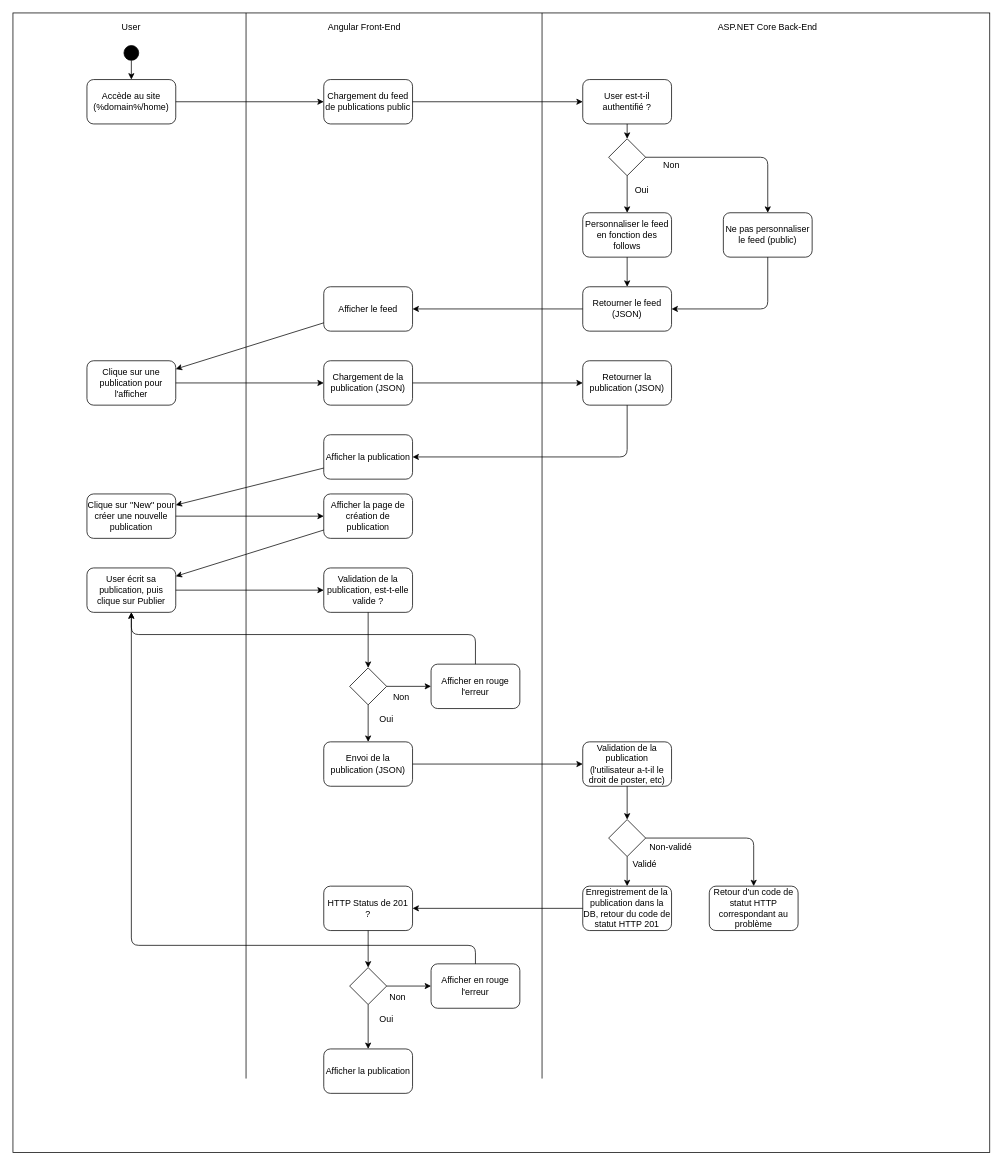
Earlier version of the draw.io diagram docs/diagrams/ActivityDiagram.drawio (laurentksh/ICT-120_151). Source tidied: cells renumbered, new cells numbered last; positions are measured from the earlier drawing's top-left corner, leaving out a move shared by most shapes. Both pictures are drawn from the tidied source at 74%, with x=0, y=0 at pixel (13, 13).
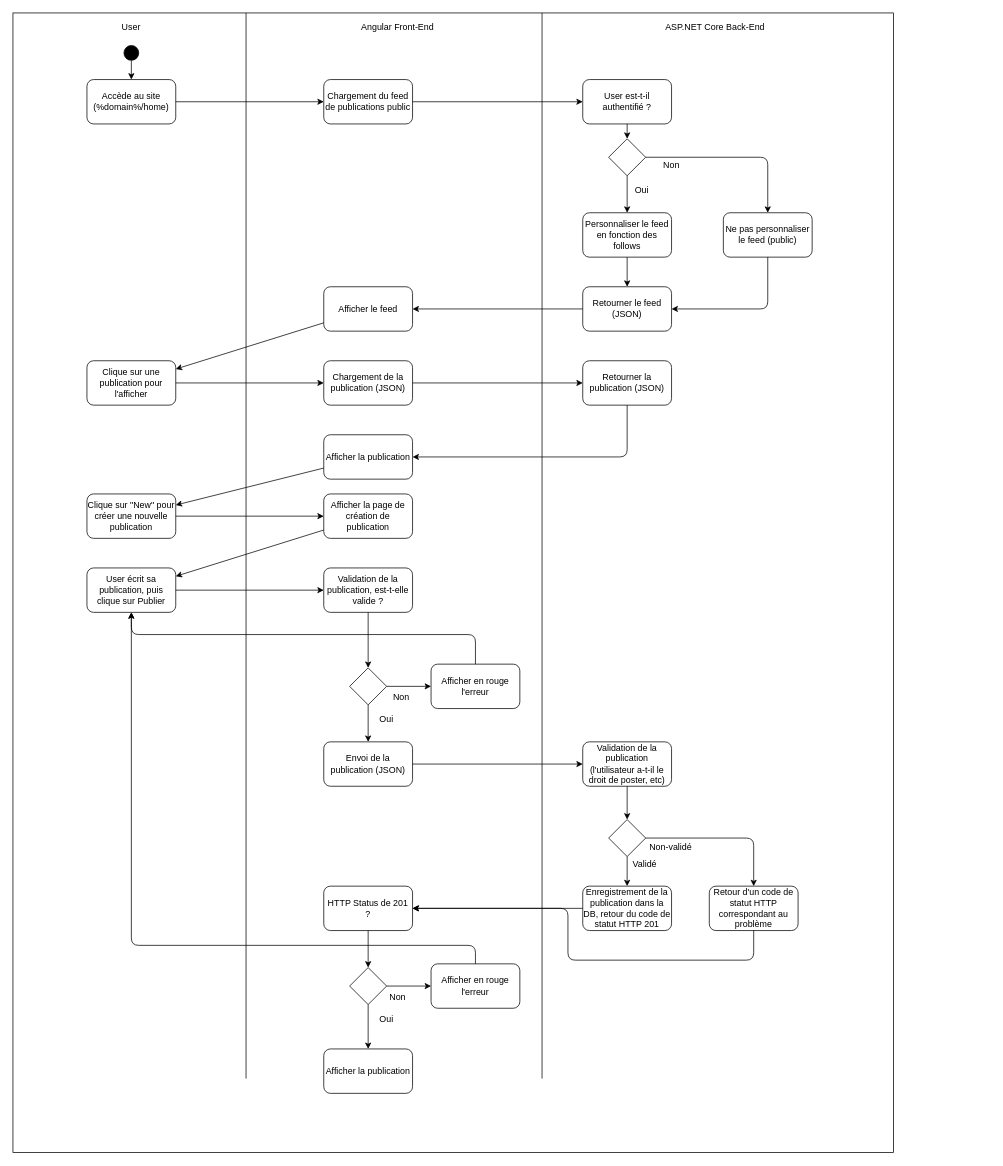
Above is the later version.

The change refers to these unchanged cells:
```xml
<mxCell id="55" value="HTTP Status de 201 ?" style="rounded=1;whiteSpace=wrap;html=1;strokeWidth=1;fillColor=#FFFFFF;" parent="1" vertex="1">
  <mxGeometry x="420" y="1180" width="120" height="60" as="geometry" />
</mxCell>
<mxCell id="69" value="&lt;span&gt;Retour d'un code de statut HTTP correspondant au problème&lt;/span&gt;" style="rounded=1;whiteSpace=wrap;html=1;strokeWidth=1;fillColor=#FFFFFF;" parent="1" vertex="1">
  <mxGeometry x="941" y="1180" width="120" height="60" as="geometry" />
</mxCell>
```

What changed in the source:
```diff
@@
     <mxCell id="2" style="rounded=0;whiteSpace=wrap;html=1;" parent="1" vertex="1">
-      <mxGeometry width="1320" height="1540" as="geometry" />
+      <mxGeometry width="1190" height="1540" as="geometry" />
     </mxCell>
@@
     <mxCell id="4" value="Angular Front-End" style="text;html=1;strokeColor=none;fillColor=none;align=center;verticalAlign=middle;whiteSpace=wrap;rounded=0;" parent="1" vertex="1">
-      <mxGeometry x="420" y="10" width="110" height="20" as="geometry" />
+      <mxGeometry x="465" y="10" width="110" height="20" as="geometry" />
     </mxCell>
     <mxCell id="5" value="ASP.NET Core Back-End" style="text;html=1;strokeColor=none;fillColor=none;align=center;verticalAlign=middle;whiteSpace=wrap;rounded=0;" parent="1" vertex="1">
-      <mxGeometry x="930" y="10" width="180" height="20" as="geometry" />
+      <mxGeometry x="859" y="10" width="180" height="20" as="geometry" />
     </mxCell>
@@
+    <mxCell id="74" style="endArrow=classic;html=1;" parent="1" edge="1" source="69" target="55">
+      <mxGeometry relative="1" as="geometry">
+        <Array as="points">
+          <mxPoint x="1001" y="1280" />
+          <mxPoint x="750" y="1280" />
+          <mxPoint x="750" y="1210" />
+        </Array>
+      </mxGeometry>
+    </mxCell>
```
